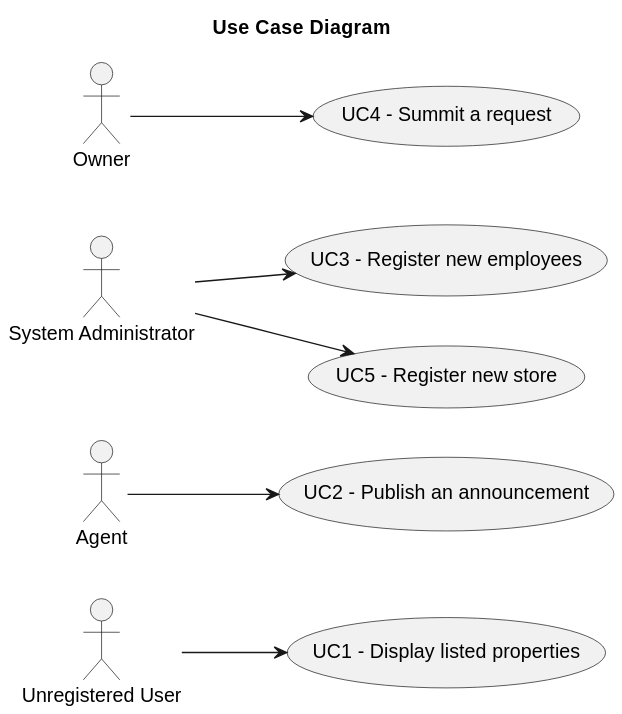
rita-barbosa/LAPR2-2223 keeps this PlantUML diagram as docs/sprintA/global-artifacts/01.requirements-engineering/svg/use-case-diagram.svg. Above is the earlier version.
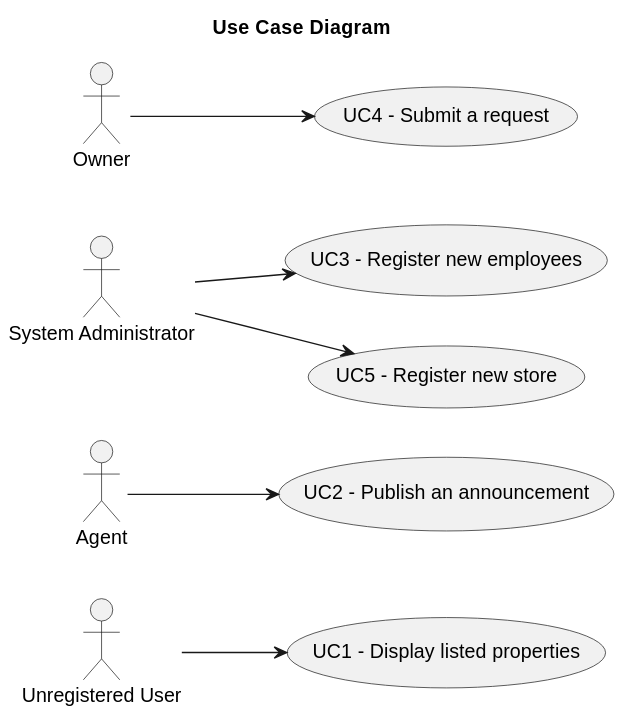
Above is the later version.

Change to the diagram source:
```diff
@@ -17,6 +17,6 @@
         "System Administrator" --> UC3
     usecase "UC5 - Register new store" as UC5
         "System Administrator" --> UC5
-     usecase "UC4 - Summit a request" as UC4
-         "Owner" --> UC4
+     usecase "UC4 - Submit a request" as UC4
+        "Owner" --> UC4
 @enduml
```
